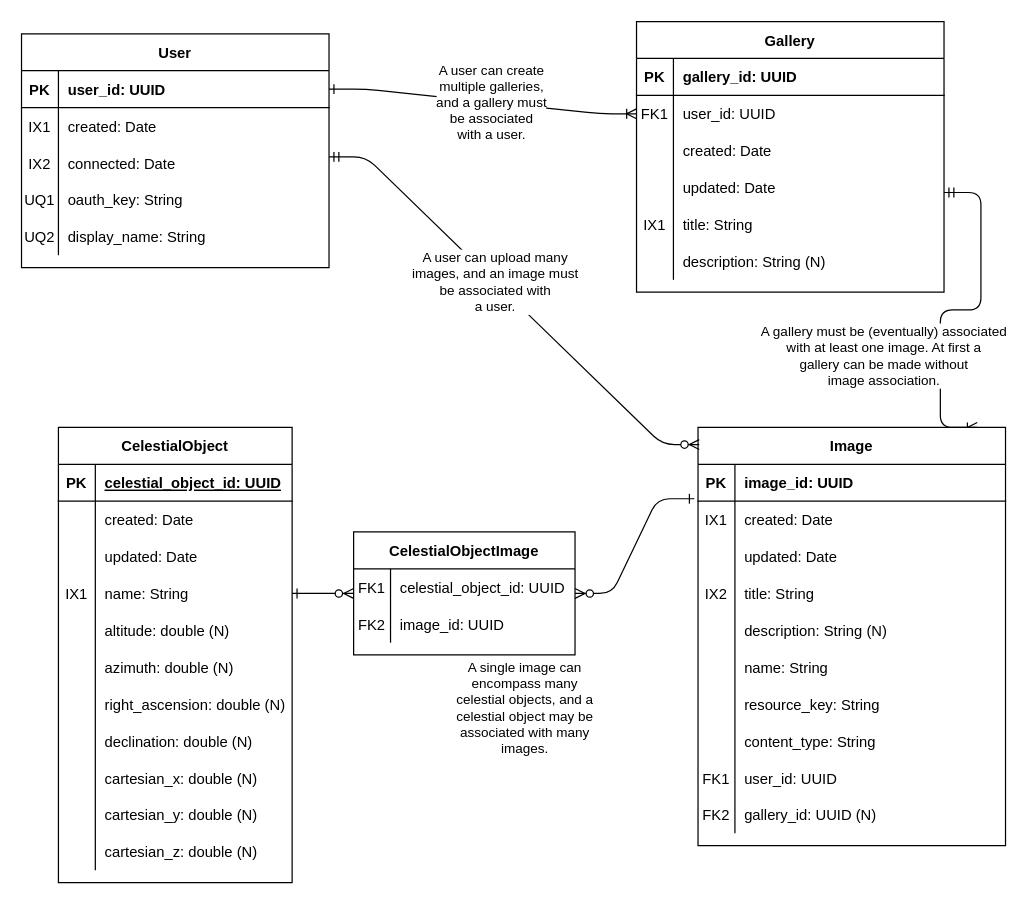
The draw.io diagram docs/work/erd.drawio in north-star-sharing/north-star-sharing.github.io, before the edit. Source tidied: cells renumbered, new cells numbered last; positions are measured from the earlier drawing's top-left corner, leaving out a move shared by most shapes. Both pictures are drawn from the tidied source at 123%, with x=0, y=0 at pixel (21, 21).
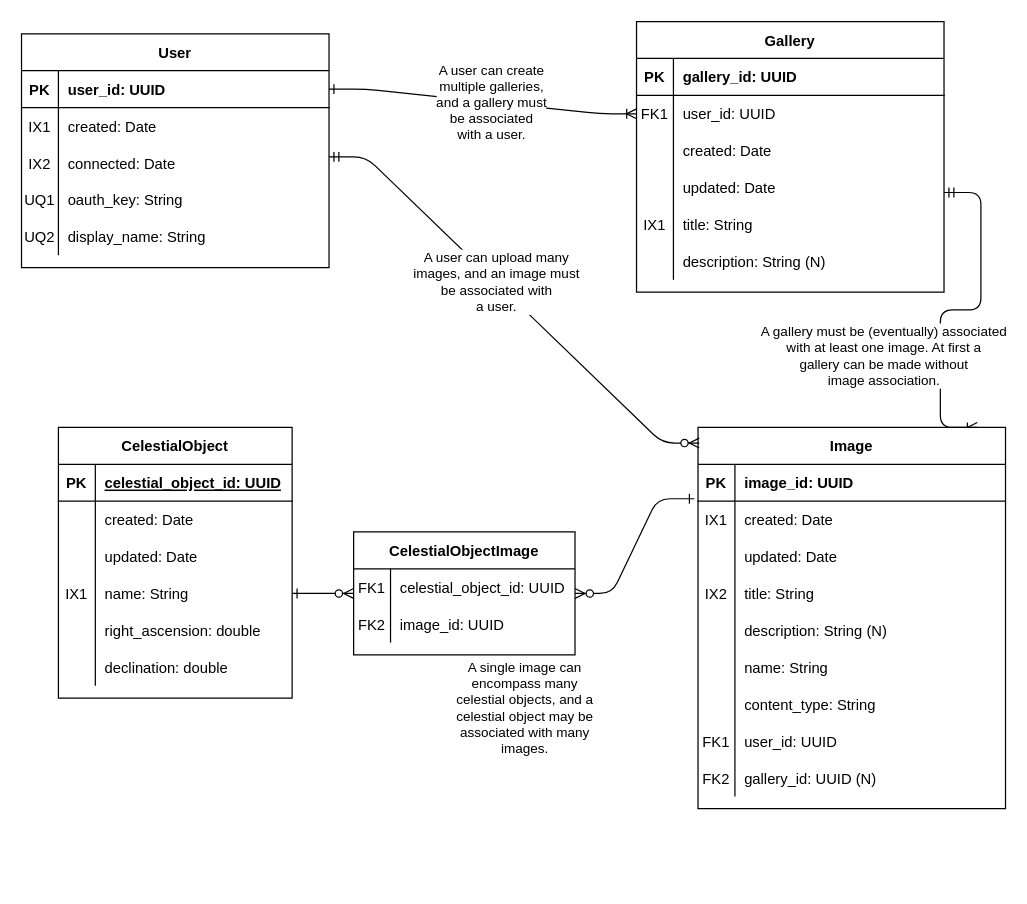
After the change.

The edit, as a diff of the source:
```diff
@@
     <mxCell id="25" value="Image" style="shape=table;startSize=30;childLayout=tableLayout;rowLines=0;fontStyle=1;align=center;" parent="1" vertex="1">
-      <mxGeometry x="550" y="330" width="250" height="340" as="geometry" />
+      <mxGeometry x="550" y="330" width="250" height="310" as="geometry" />
     </mxCell>
@@
-    <mxCell id="44" style="shape=partialRectangle;fillColor=none;top=0;left=0;right=0;bottom=0;" parent="25" vertex="1">
-      <mxGeometry y="210" width="250" height="30" as="geometry" />
-    </mxCell>
-    <mxCell id="45" style="shape=partialRectangle;overflow=hidden;fillColor=none;top=0;left=0;bottom=0;right=0;" parent="44" vertex="1">
-      <mxGeometry width="30" height="30" as="geometry" />
-    </mxCell>
-    <mxCell id="46" value="resource_key: String" style="shape=partialRectangle;overflow=hidden;fillColor=none;top=0;left=0;bottom=0;right=0;align=left;spacingLeft=6;" parent="44" vertex="1">
-      <mxGeometry x="30" width="220" height="30" as="geometry" />
-    </mxCell>
     <mxCell id="47" style="shape=partialRectangle;fillColor=none;top=0;left=0;right=0;bottom=0;" parent="25" vertex="1">
-      <mxGeometry y="240" width="250" height="30" as="geometry" />
+      <mxGeometry y="210" width="250" height="30" as="geometry" />
     </mxCell>
@@
     <mxCell id="50" style="shape=partialRectangle;fillColor=none;top=0;left=0;right=0;bottom=0;" parent="25" vertex="1">
-      <mxGeometry y="270" width="250" height="30" as="geometry" />
+      <mxGeometry y="240" width="250" height="30" as="geometry" />
     </mxCell>
@@
     <mxCell id="53" style="shape=partialRectangle;fillColor=none;top=0;left=0;right=0;bottom=0;" parent="25" vertex="1">
-      <mxGeometry y="300" width="250" height="30" as="geometry" />
+      <mxGeometry y="270" width="250" height="30" as="geometry" />
     </mxCell>
@@
     <mxCell id="74" value="CelestialObject" style="shape=table;startSize=30;childLayout=tableLayout;rowLines=0;fontStyle=1;align=center;" parent="1" vertex="1">
-      <mxGeometry x="30" y="330" width="190" height="370" as="geometry" />
+      <mxGeometry x="30" y="330" width="190" height="220" as="geometry" />
     </mxCell>
@@
-    <mxCell id="87" style="shape=partialRectangle;fillColor=none;top=0;left=0;right=0;bottom=0;" parent="74" vertex="1">
-      <mxGeometry y="150" width="190" height="30" as="geometry" />
-    </mxCell>
-    <mxCell id="88" style="shape=partialRectangle;overflow=hidden;fillColor=none;top=0;left=0;bottom=0;right=0;" parent="87" vertex="1">
-      <mxGeometry width="30" height="30" as="geometry" />
-    </mxCell>
-    <mxCell id="89" value="altitude: double (N)" style="shape=partialRectangle;overflow=hidden;fillColor=none;top=0;left=0;bottom=0;right=0;align=left;spacingLeft=6;" parent="87" vertex="1">
-      <mxGeometry x="30" width="160" height="30" as="geometry" />
-    </mxCell>
-    <mxCell id="90" style="shape=partialRectangle;fillColor=none;top=0;left=0;right=0;bottom=0;" parent="74" vertex="1">
-      <mxGeometry y="180" width="190" height="30" as="geometry" />
-    </mxCell>
-    <mxCell id="91" style="shape=partialRectangle;overflow=hidden;fillColor=none;top=0;left=0;bottom=0;right=0;" parent="90" vertex="1">
-      <mxGeometry width="30" height="30" as="geometry" />
-    </mxCell>
-    <mxCell id="92" value="azimuth: double (N)" style="shape=partialRectangle;overflow=hidden;fillColor=none;top=0;left=0;bottom=0;right=0;align=left;spacingLeft=6;" parent="90" vertex="1">
-      <mxGeometry x="30" width="160" height="30" as="geometry" />
-    </mxCell>
     <mxCell id="93" style="shape=partialRectangle;fillColor=none;top=0;left=0;right=0;bottom=0;" parent="74" vertex="1">
-      <mxGeometry y="210" width="190" height="30" as="geometry" />
+      <mxGeometry y="150" width="190" height="30" as="geometry" />
     </mxCell>
@@
-    <mxCell id="95" value="right_ascension: double (N)" style="shape=partialRectangle;overflow=hidden;fillColor=none;top=0;left=0;bottom=0;right=0;align=left;spacingLeft=6;" parent="93" vertex="1">
+    <mxCell id="95" value="right_ascension: double " style="shape=partialRectangle;overflow=hidden;fillColor=none;top=0;left=0;bottom=0;right=0;align=left;spacingLeft=6;" parent="93" vertex="1">
       <mxGeometry x="30" width="160" height="30" as="geometry" />
     </mxCell>
     <mxCell id="96" style="shape=partialRectangle;fillColor=none;top=0;left=0;right=0;bottom=0;" parent="74" vertex="1">
-      <mxGeometry y="240" width="190" height="30" as="geometry" />
+      <mxGeometry y="180" width="190" height="30" as="geometry" />
     </mxCell>
@@
-    <mxCell id="98" value="declination: double (N)" style="shape=partialRectangle;overflow=hidden;fillColor=none;top=0;left=0;bottom=0;right=0;align=left;spacingLeft=6;" parent="96" vertex="1">
+    <mxCell id="98" value="declination: double " style="shape=partialRectangle;overflow=hidden;fillColor=none;top=0;left=0;bottom=0;right=0;align=left;spacingLeft=6;" parent="96" vertex="1">
       <mxGeometry x="30" width="160" height="30" as="geometry" />
     </mxCell>
-    <mxCell id="99" style="shape=partialRectangle;fillColor=none;top=0;left=0;right=0;bottom=0;" parent="74" vertex="1">
-      <mxGeometry y="270" width="190" height="30" as="geometry" />
-    </mxCell>
-    <mxCell id="100" style="shape=partialRectangle;overflow=hidden;fillColor=none;top=0;left=0;bottom=0;right=0;" parent="99" vertex="1">
-      <mxGeometry width="30" height="30" as="geometry" />
-    </mxCell>
-    <mxCell id="101" value="cartesian_x: double (N)" style="shape=partialRectangle;overflow=hidden;fillColor=none;top=0;left=0;bottom=0;right=0;align=left;spacingLeft=6;" parent="99" vertex="1">
-      <mxGeometry x="30" width="160" height="30" as="geometry" />
-    </mxCell>
-    <mxCell id="102" style="shape=partialRectangle;fillColor=none;top=0;left=0;right=0;bottom=0;" parent="74" vertex="1">
-      <mxGeometry y="300" width="190" height="30" as="geometry" />
-    </mxCell>
-    <mxCell id="103" style="shape=partialRectangle;overflow=hidden;fillColor=none;top=0;left=0;bottom=0;right=0;" parent="102" vertex="1">
-      <mxGeometry width="30" height="30" as="geometry" />
-    </mxCell>
-    <mxCell id="104" value="cartesian_y: double (N)" style="shape=partialRectangle;overflow=hidden;fillColor=none;top=0;left=0;bottom=0;right=0;align=left;spacingLeft=6;" parent="102" vertex="1">
-      <mxGeometry x="30" width="160" height="30" as="geometry" />
-    </mxCell>
-    <mxCell id="105" style="shape=partialRectangle;fillColor=none;top=0;left=0;right=0;bottom=0;" parent="74" vertex="1">
-      <mxGeometry y="330" width="190" height="30" as="geometry" />
-    </mxCell>
-    <mxCell id="106" style="shape=partialRectangle;overflow=hidden;fillColor=none;top=0;left=0;bottom=0;right=0;" parent="105" vertex="1">
-      <mxGeometry width="30" height="30" as="geometry" />
-    </mxCell>
-    <mxCell id="107" value="cartesian_z: double (N)" style="shape=partialRectangle;overflow=hidden;fillColor=none;top=0;left=0;bottom=0;right=0;align=left;spacingLeft=6;" parent="105" vertex="1">
-      <mxGeometry x="30" width="160" height="30" as="geometry" />
-    </mxCell>
```
